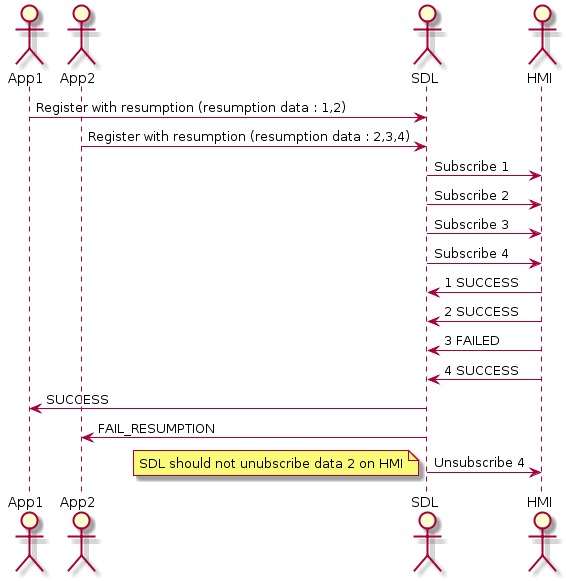
This is assets/proposals/nnnn-resumption-data-error-handling/multiple_app_error_handling.png from smartdevicelink/sdl_evolution, a PlantUML export, as it was before one commit.
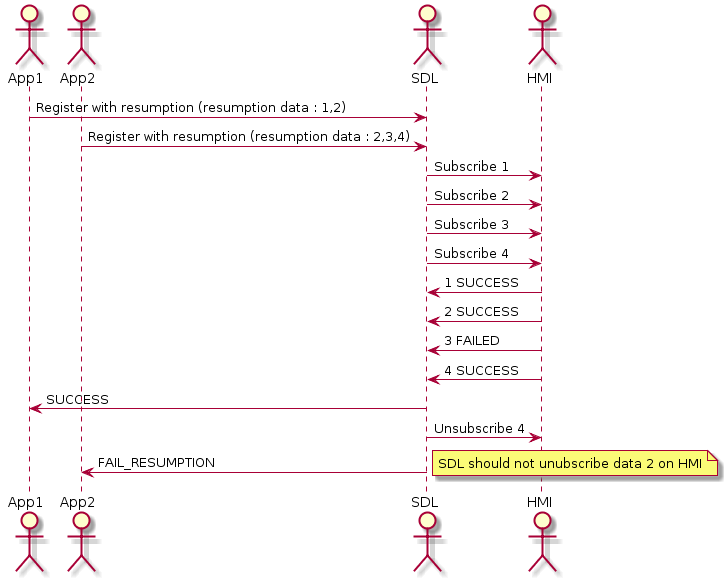
After the change.

Commit message:
Rework message sequence

The edit, as a diff of the source:
```diff
@@ -15,7 +15,7 @@
 HMI -> SDL : 3 FAILED
 HMI -> SDL : 4 SUCCESS
 SDL -> App1 : SUCCESS
+SDL -> HMI : Unsubscribe 4
 SDL -> App2 : FAIL_RESUMPTION
-SDL -> HMI : Unsubscribe 4
-note left: SDL should not unubscribe data 2 on HMI
+note right: SDL should not unubscribe data 2 on HMI
 @enduml
```
